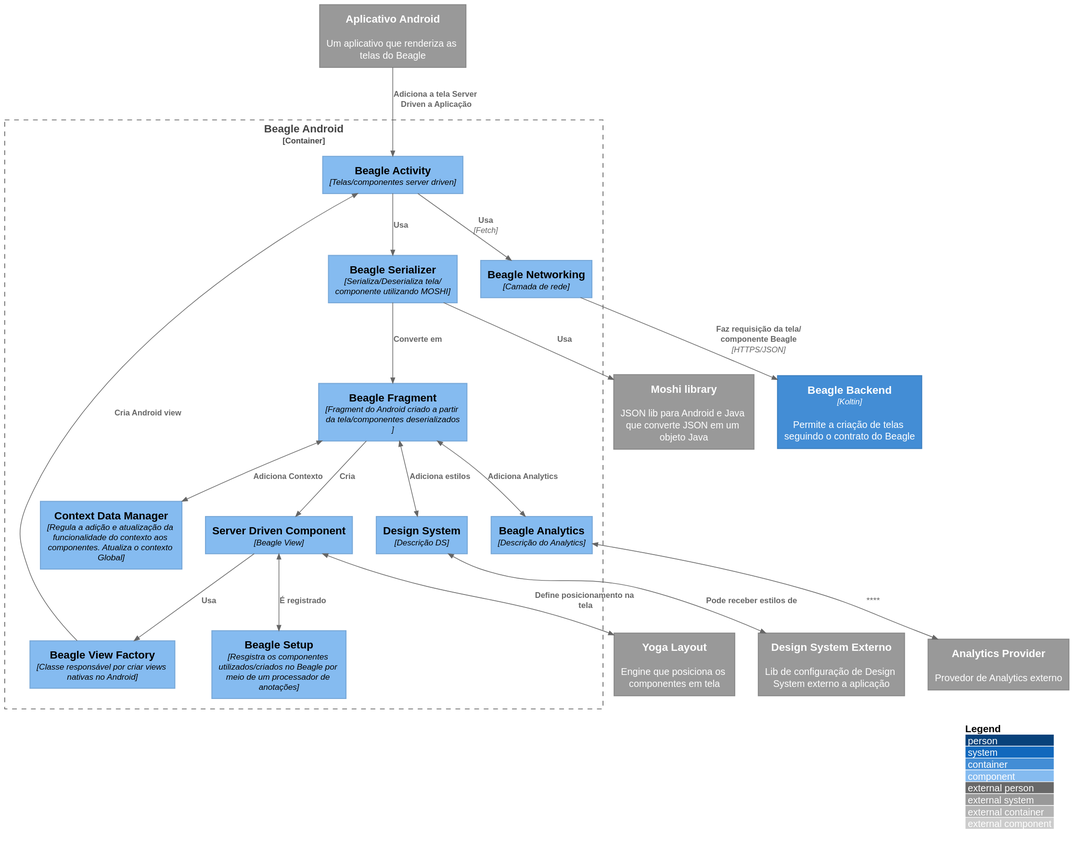
This is docs/C3 -  Component/Beagle Android/c3.svg from ZupIT/beagle-c4model, a PlantUML export, as it was before one commit.
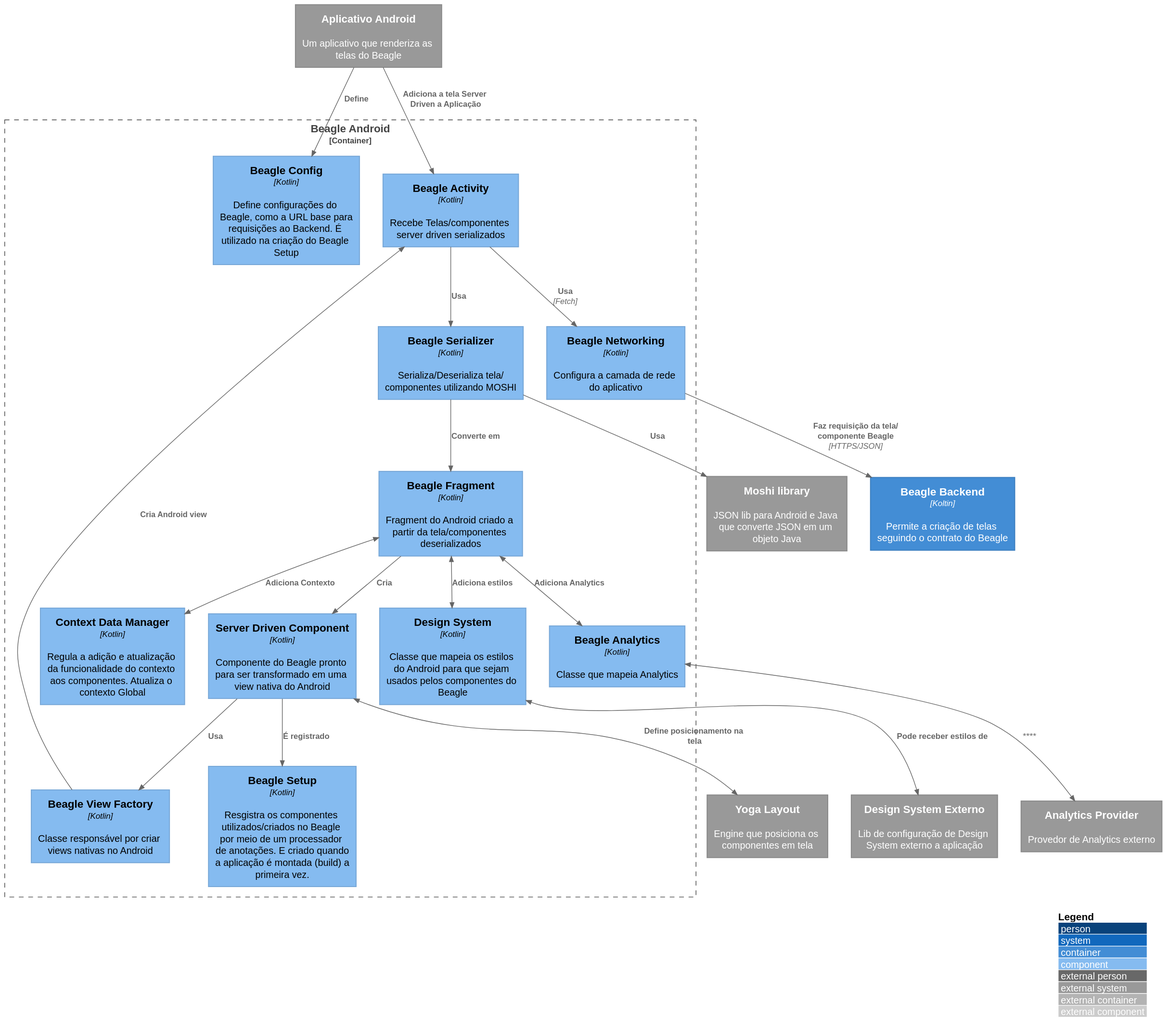
After the change.

Commit message:
Updates Android diagram descriptions

Diff of the diagram source:
```diff
@@ -3,7 +3,7 @@
 LAYOUT_WITH_LEGEND()
 
 System_Ext(frontend_app, "Aplicativo Android", "Um aplicativo que renderiza as telas do Beagle")
-System_Ext(moshi_lib, "Moshi library", "JSON lib para Android e Java que converte JSON em um objeto Java")
+System_Ext(moshi_lib, "Moshi library","JSON lib para Android e Java que converte JSON em um objeto Java")
 System_Ext(yoga_layout, "Yoga Layout", "Engine que posiciona os componentes em tela")
 System_Ext(design_system, "Design System Externo", "Lib de configuração de Design System externo a aplicação")
 System_Ext(analytics_provider, "Analytics Provider", "Provedor de Analytics externo")
@@ -11,18 +11,20 @@
 Container(beagle_backend, "Beagle Backend", "Koltin", "Permite a criação de telas seguindo o contrato do Beagle")
 
 Container_Boundary(beagle_android, "Beagle Android"){
-  Component(beagle_networking, "Beagle Networking", "Camada de rede")
-  Component(beagle_setup, "Beagle Setup", "Resgistra os componentes utilizados/criados no Beagle por meio de um processador de anotações")
-  Component(beagle_activity, "Beagle Activity", "Telas/componentes server driven")
-  Component(beagle_serializer, "Beagle Serializer", "Serializa/Deserializa tela/componente utilizando MOSHI")
-  Component(server_driven_component, "Server Driven Component", "Beagle View")
-  Component(view_factory, "Beagle View Factory", "Classe responsável por criar views nativas no Android")
-  Component(beagle_fragment, "Beagle Fragment", "Fragment do Android criado a partir da tela/componentes deserializados")
-  Component(context_data_manager, "Context Data Manager", "Regula a adição e atualização da funcionalidade do contexto aos componentes. Atualiza o contexto Global")
-  Component(beagle_analytic, "Beagle Analytics", "Descrição do Analytics")
-  Component(beagle_ds, "Design System", "Descrição DS")
+  Component(beagle_config, "Beagle Config", "Kotlin", "Define configurações do Beagle, como a URL base para requisições ao Backend. É utilizado na criação do Beagle Setup")
+  Component(beagle_networking, "Beagle Networking", "Kotlin","Configura a camada de rede do aplicativo")
+  Component(beagle_setup, "Beagle Setup", "Kotlin","Resgistra os componentes utilizados/criados no Beagle por meio de um processador de anotações. E criado quando a aplicação é montada (build) a primeira vez.")
+  Component(beagle_activity, "Beagle Activity", "Kotlin","Recebe Telas/componentes server driven serializados")
+  Component(beagle_serializer, "Beagle Serializer", "Kotlin", "Serializa/Deserializa tela/componentes utilizando MOSHI")
+  Component(server_driven_component, "Server Driven Component", "Kotlin","Componente do Beagle pronto para ser transformado em uma view nativa do Android")
+  Component(view_factory, "Beagle View Factory", "Kotlin", "Classe responsável por criar views nativas no Android")
+  Component(beagle_fragment, "Beagle Fragment", "Kotlin", "Fragment do Android criado a partir da tela/componentes deserializados")
+  Component(context_data_manager, "Context Data Manager", "Kotlin", "Regula a adição e atualização da funcionalidade do contexto aos componentes. Atualiza o contexto Global")
+  Component(beagle_analytic, "Beagle Analytics", "Kotlin", "Classe que mapeia Analytics")
+  Component(beagle_ds, "Design System", "Kotlin", "Classe que mapeia os estilos do Android para que sejam usados pelos componentes do Beagle")
 }
 
+Rel(frontend_app, beagle_config, "Define")
 BiRel(beagle_analytic, analytics_provider, "")
 BiRel(beagle_fragment, beagle_ds, "Adiciona estilos")
 BiRel(beagle_ds, design_system, "Pode receber estilos de")
@@ -37,7 +39,7 @@
 Rel(beagle_fragment, server_driven_component, "Cria")
 Rel(server_driven_component, view_factory, "Usa")
 Rel(view_factory, beagle_activity, "Cria Android view")
-BiRel(server_driven_component, beagle_setup, "É registrado")
+Rel(server_driven_component, beagle_setup, "É registrado")
 BiRel(server_driven_component, yoga_layout, "Define posicionamento na tela")
 
 @enduml
```
